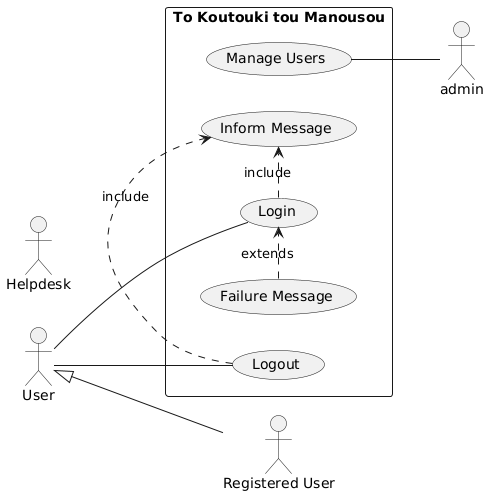
This is use-case.png from softwareDesign24/collaborateUML-ucd, a PlantUML export, as it was before one commit.
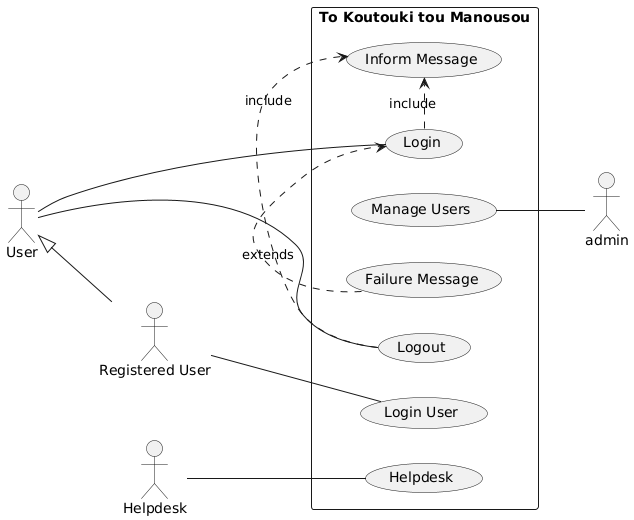
After the change.

Commit message:
Automated UML diagram generation

Change to the diagram source:
```diff
@@ -22,7 +22,8 @@
 
 
 
-
+usecase "Login User" as ee1
+usecase "Helpdesk" as ee2
 
 
 
@@ -43,6 +44,8 @@
 
 
 
+r_usr -- ee1
+hlpdsk -- ee2
 
 
 
```
